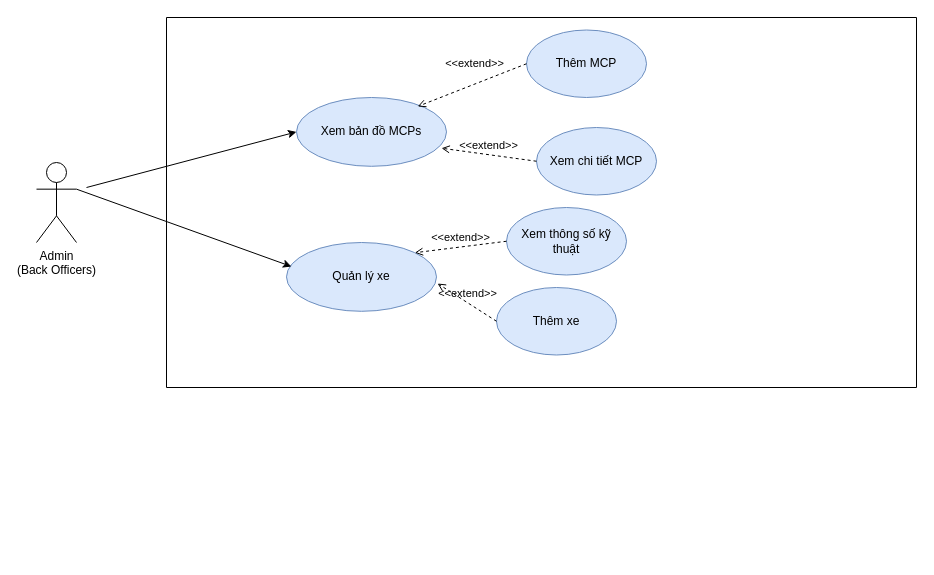
astr0tas/SE-with-Da-Bois---UWC-2.0 keeps this draw.io diagram as Task 1/1.3/Manage-Vehicles-and-MCPs.drawio. Above is the earlier version. Source tidied: cells renumbered, new cells numbered last; positions are measured from the earlier drawing's top-left corner, leaving out a move shared by most shapes. Both pictures are drawn from the tidied source at 100%, with x=0, y=0 at pixel (36, 17).
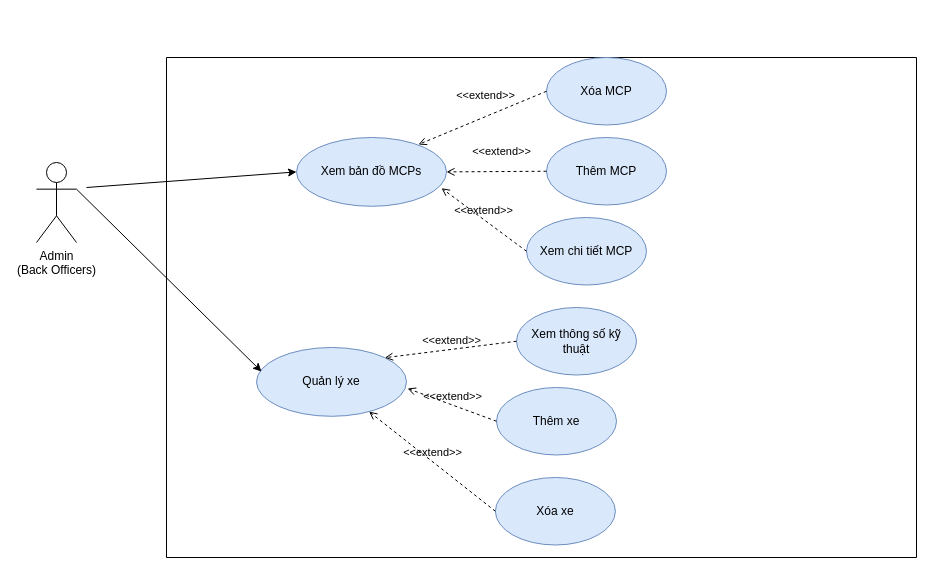
Above is the later version.

The change refers to these unchanged cells:
```xml
<mxCell id="4" value="Xem bản đồ MCPs" style="ellipse;whiteSpace=wrap;html=1;fillColor=#dae8fc;strokeColor=#6c8ebf;" parent="3" vertex="1">
  <mxGeometry x="130" y="80" width="150" height="68.8" as="geometry" />
</mxCell>
```

Diff of the diagram source:
```diff
@@
     <mxCell id="3" style="swimlane;startSize=0;" parent="1" vertex="1">
-      <mxGeometry x="130" width="750" height="370" as="geometry" />
+      <mxGeometry x="130" y="40" width="750" height="500" as="geometry" />
     </mxCell>
@@
     <mxCell id="5" value="Thêm MCP" style="ellipse;whiteSpace=wrap;html=1;fillColor=#dae8fc;strokeColor=#6c8ebf;" parent="3" vertex="1">
-      <mxGeometry x="360" y="12.5" width="120" height="67.5" as="geometry" />
+      <mxGeometry x="380" y="80" width="120" height="67.5" as="geometry" />
     </mxCell>
-    <mxCell id="6" value="&amp;lt;&amp;lt;extend&amp;gt;&amp;gt;" style="html=1;verticalAlign=bottom;labelBackgroundColor=none;endArrow=open;endFill=0;dashed=1;exitX=0;exitY=0.5;exitDx=0;exitDy=0;entryX=0.808;entryY=0.13;entryDx=0;entryDy=0;entryPerimeter=0;" parent="3" edge="1" source="5" target="4">
+    <mxCell id="6" value="&amp;lt;&amp;lt;extend&amp;gt;&amp;gt;" style="html=1;verticalAlign=bottom;labelBackgroundColor=none;endArrow=open;endFill=0;dashed=1;exitX=0;exitY=0.5;exitDx=0;exitDy=0;entryX=1;entryY=0.5;entryDx=0;entryDy=0;" parent="3" edge="1" source="5" target="4">
       <mxGeometry x="-0.11" y="-11" relative="1" as="geometry" />
     </mxCell>
     <mxCell id="7" value="Xem chi tiết MCP" style="ellipse;whiteSpace=wrap;html=1;fillColor=#dae8fc;strokeColor=#6c8ebf;" parent="3" vertex="1">
-      <mxGeometry x="370" y="110" width="120" height="67.5" as="geometry" />
+      <mxGeometry x="360" y="160" width="120" height="67.5" as="geometry" />
     </mxCell>
@@
     <mxCell id="9" value="Quản lý xe" style="ellipse;whiteSpace=wrap;html=1;fillColor=#dae8fc;strokeColor=#6c8ebf;" parent="3" vertex="1">
-      <mxGeometry x="120" y="225" width="150" height="68.8" as="geometry" />
+      <mxGeometry x="90" y="290" width="150" height="68.8" as="geometry" />
     </mxCell>
     <mxCell id="10" value="Xem thông số kỹ thuật" style="ellipse;whiteSpace=wrap;html=1;fillColor=#dae8fc;strokeColor=#6c8ebf;" parent="3" vertex="1">
-      <mxGeometry x="340" y="190" width="120" height="67.5" as="geometry" />
+      <mxGeometry x="350" y="250" width="120" height="67.5" as="geometry" />
     </mxCell>
     <mxCell id="11" value="Thêm xe" style="ellipse;whiteSpace=wrap;html=1;fillColor=#dae8fc;strokeColor=#6c8ebf;" parent="3" vertex="1">
-      <mxGeometry x="330" y="270" width="120" height="67.5" as="geometry" />
+      <mxGeometry x="330" y="330" width="120" height="67.5" as="geometry" />
     </mxCell>
@@
+    <mxCell id="16" value="Xóa MCP" style="ellipse;whiteSpace=wrap;html=1;fillColor=#dae8fc;strokeColor=#6c8ebf;" parent="3" vertex="1">
+      <mxGeometry x="380" width="120" height="67.5" as="geometry" />
+    </mxCell>
+    <mxCell id="17" value="&amp;lt;&amp;lt;extend&amp;gt;&amp;gt;" style="html=1;verticalAlign=bottom;labelBackgroundColor=none;endArrow=open;endFill=0;dashed=1;exitX=0;exitY=0.5;exitDx=0;exitDy=0;entryX=0.813;entryY=0.102;entryDx=0;entryDy=0;entryPerimeter=0;" parent="3" edge="1" source="16" target="4">
+      <mxGeometry x="-0.11" y="-11" relative="1" as="geometry" />
+    </mxCell>
+    <mxCell id="18" value="Xóa xe" style="ellipse;whiteSpace=wrap;html=1;fillColor=#dae8fc;strokeColor=#6c8ebf;" parent="3" vertex="1">
+      <mxGeometry x="328.9" y="420" width="120" height="67.5" as="geometry" />
+    </mxCell>
+    <mxCell id="19" value="&amp;lt;&amp;lt;extend&amp;gt;&amp;gt;" style="html=1;verticalAlign=bottom;labelBackgroundColor=none;endArrow=open;endFill=0;dashed=1;exitX=0;exitY=0.5;exitDx=0;exitDy=0;" parent="3" edge="1" source="18" target="9">
+      <mxGeometry relative="1" as="geometry" />
+    </mxCell>
```
